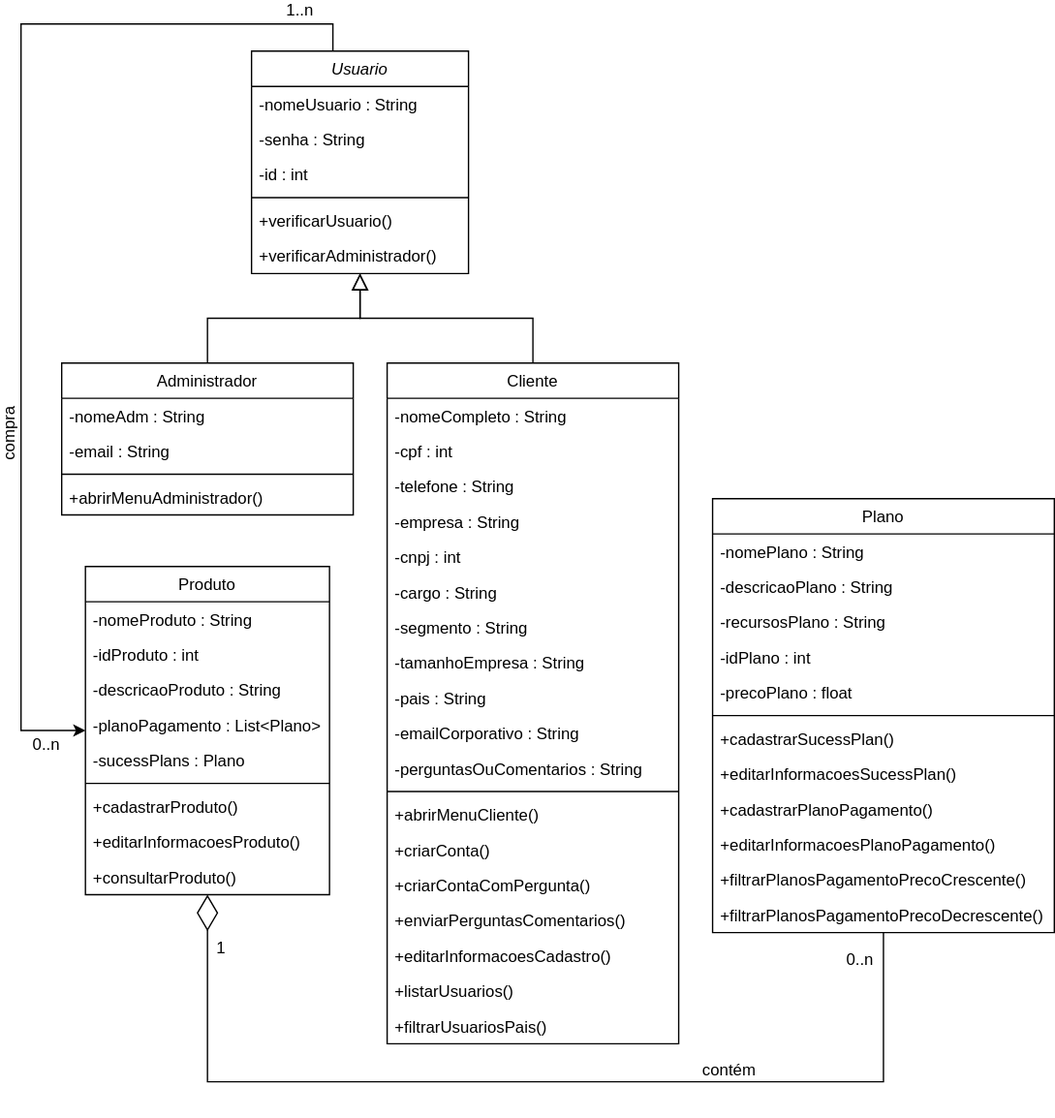
Before: Diagrama_Classes.svg, a diagram exported from draw.io (JuliaPugliese/Sprint_Java). Source tidied: cells renumbered, new cells last; positions are measured from the earlier drawing's top-left corner, leaving out a move shared by most shapes.
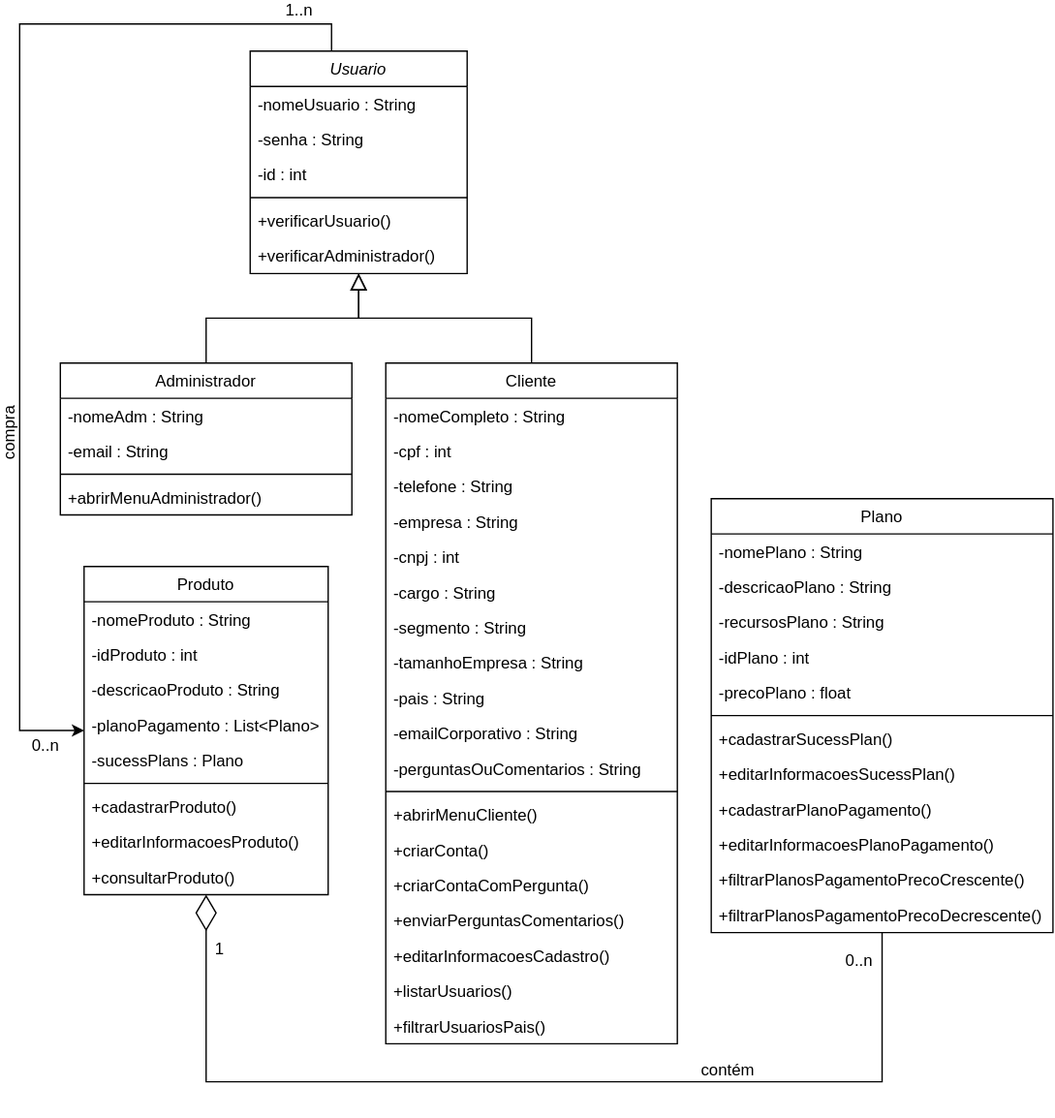
Above is the later version.

Commit message:
Atualização do Diagrama de Classes

What changed in the source:
```diff
@@ -2,7 +2,7 @@
   <root>
     <mxCell id="0" />
     <mxCell id="1" parent="0" />
-    <mxCell id="2" value="Produto" style="swimlane;fontStyle=0;align=center;verticalAlign=top;horizontal=1;startSize=26;rounded=0;shadow=0;strokeWidth=1;" parent="1" vertex="1">
+    <mxCell id="2" value="Produto" style="swimlane;fontStyle=0;align=center;verticalAlign=top;horizontal=1;startSize=26;rounded=0;shadow=0;strokeWidth=1;swimlaneFillColor=default;" parent="1" vertex="1">
       <mxGeometry x="47.5" y="400" width="180" height="242" as="geometry" />
     </mxCell>
     <mxCell id="3" value="-nomeProduto : String" style="text;align=left;verticalAlign=top;spacingLeft=4;spacingRight=4;overflow=hidden;" parent="2" vertex="1">
@@ -32,7 +32,7 @@
     <mxCell id="11" value="+consultarProduto()" style="text;align=left;verticalAlign=top;spacingLeft=4;spacingRight=4;overflow=hidden;" parent="2" vertex="1">
       <mxGeometry y="216" width="180" height="26" as="geometry" />
     </mxCell>
-    <mxCell id="12" value="Administrador" style="swimlane;fontStyle=0;align=center;verticalAlign=top;horizontal=1;startSize=26;rounded=0;shadow=0;strokeWidth=1;" parent="1" vertex="1">
+    <mxCell id="12" value="Administrador" style="swimlane;fontStyle=0;align=center;verticalAlign=top;horizontal=1;startSize=26;rounded=0;shadow=0;strokeWidth=1;swimlaneFillColor=default;" parent="1" vertex="1">
       <mxGeometry x="30" y="250" width="215" height="112" as="geometry" />
     </mxCell>
     <mxCell id="13" value="-nomeAdm : String" style="text;align=left;verticalAlign=top;spacingLeft=4;spacingRight=4;overflow=hidden;" parent="12" vertex="1">
@@ -53,7 +53,7 @@
     <mxCell id="18" style="endArrow=block;endSize=10;endFill=0;shadow=0;strokeWidth=1;rounded=0;edgeStyle=elbowEdgeStyle;elbow=vertical;" parent="1" edge="1" source="44" target="37">
       <mxGeometry relative="1" as="geometry" />
     </mxCell>
-    <mxCell id="19" value="Plano" style="swimlane;fontStyle=0;align=center;verticalAlign=top;horizontal=1;startSize=26;rounded=0;shadow=0;strokeWidth=1;" parent="1" vertex="1">
+    <mxCell id="19" value="Plano" style="swimlane;fontStyle=0;align=center;verticalAlign=top;horizontal=1;startSize=26;rounded=0;shadow=0;strokeWidth=1;swimlaneFillColor=default;" parent="1" vertex="1">
       <mxGeometry x="510" y="350" width="252" height="320" as="geometry" />
     </mxCell>
     <mxCell id="20" value="-nomePlano : String" style="text;align=left;verticalAlign=top;spacingLeft=4;spacingRight=4;overflow=hidden;" parent="19" vertex="1">
@@ -125,7 +125,7 @@
         </Array>
       </mxGeometry>
     </mxCell>
-    <mxCell id="37" value="Usuario" style="swimlane;fontStyle=2;align=center;verticalAlign=top;horizontal=1;startSize=26;rounded=0;shadow=0;strokeWidth=1;" parent="1" vertex="1">
+    <mxCell id="37" value="Usuario" style="swimlane;fontStyle=2;align=center;verticalAlign=top;horizontal=1;startSize=26;rounded=0;shadow=0;strokeWidth=1;swimlaneFillColor=default;" parent="1" vertex="1">
       <mxGeometry x="170" y="20" width="160" height="164" as="geometry" />
     </mxCell>
     <mxCell id="38" value="-nomeUsuario : String" style="text;align=left;verticalAlign=top;spacingLeft=4;spacingRight=4;overflow=hidden;" parent="37" vertex="1">
@@ -146,7 +146,7 @@
     <mxCell id="43" value="+verificarAdministrador()" style="text;align=left;verticalAlign=top;spacingLeft=4;spacingRight=4;overflow=hidden;" parent="37" vertex="1">
       <mxGeometry y="138" width="160" height="26" as="geometry" />
     </mxCell>
-    <mxCell id="44" value="Cliente" style="swimlane;fontStyle=0;align=center;verticalAlign=top;horizontal=1;startSize=26;rounded=0;shadow=0;strokeWidth=1;" parent="1" vertex="1">
+    <mxCell id="44" value="Cliente" style="swimlane;fontStyle=0;align=center;verticalAlign=top;horizontal=1;startSize=26;rounded=0;shadow=0;strokeWidth=1;gradientColor=none;swimlaneFillColor=default;" parent="1" vertex="1">
       <mxGeometry x="270" y="250" width="215" height="502" as="geometry" />
     </mxCell>
     <mxCell id="45" value="-nomeCompleto : String" style="text;align=left;verticalAlign=top;spacingLeft=4;spacingRight=4;overflow=hidden;" parent="44" vertex="1">
```
